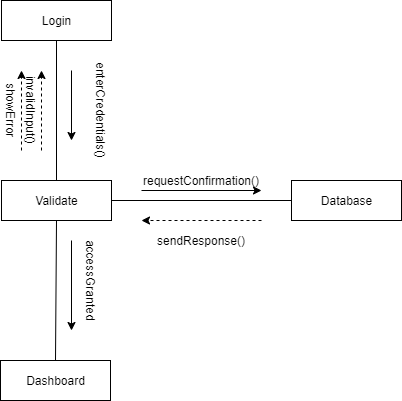
The draw.io diagram Diagrams/Collaboration Diagrams/COL_01_Login.png in kkasharaj17/SE-project, before a commit. Source tidied: cells renumbered, new cells last; positions are measured from the earlier drawing's top-left corner, leaving out a move shared by most shapes. Source of this version:
```xml
<mxGraphModel>
  <root>
    <mxCell id="0" />
    <mxCell id="1" parent="0" />
    <mxCell id="2" value="Login" style="html=1;" parent="1" vertex="1">
      <mxGeometry x="10" width="110" height="40" as="geometry" />
    </mxCell>
    <mxCell id="3" value="Validate" style="html=1;" parent="1" vertex="1">
      <mxGeometry x="10" y="180" width="110" height="40" as="geometry" />
    </mxCell>
    <mxCell id="4" value="Dashboard" style="html=1;" parent="1" vertex="1">
      <mxGeometry x="9" y="360" width="110" height="40" as="geometry" />
    </mxCell>
    <mxCell id="5" value="Database" style="html=1;" parent="1" vertex="1">
      <mxGeometry x="300" y="180" width="110" height="40" as="geometry" />
    </mxCell>
    <mxCell id="6" style="endArrow=none;html=1;entryX=0.5;entryY=1;entryDx=0;entryDy=0;exitX=0.5;exitY=0;exitDx=0;exitDy=0;" parent="1" edge="1" source="3" target="2">
      <mxGeometry relative="1" as="geometry" />
    </mxCell>
    <mxCell id="7" style="endArrow=none;html=1;entryX=0.5;entryY=1;entryDx=0;entryDy=0;exitX=0.5;exitY=0;exitDx=0;exitDy=0;" parent="1" edge="1" source="4" target="3">
      <mxGeometry relative="1" as="geometry" />
    </mxCell>
    <mxCell id="8" style="endArrow=none;html=1;entryX=0;entryY=0.5;entryDx=0;entryDy=0;exitX=1;exitY=0.5;exitDx=0;exitDy=0;" parent="1" edge="1" source="3" target="5">
      <mxGeometry relative="1" as="geometry" />
    </mxCell>
    <mxCell id="9" style="endArrow=classic;html=1;" parent="1" edge="1">
      <mxGeometry relative="1" as="geometry">
        <mxPoint x="80" y="70" as="sourcePoint" />
        <mxPoint x="80" y="140" as="targetPoint" />
      </mxGeometry>
    </mxCell>
    <mxCell id="10" style="endArrow=classic;html=1;" parent="1" edge="1">
      <mxGeometry relative="1" as="geometry">
        <mxPoint x="80" y="240" as="sourcePoint" />
        <mxPoint x="80" y="330" as="targetPoint" />
      </mxGeometry>
    </mxCell>
    <mxCell id="11" style="endArrow=classic;html=1;" parent="1" edge="1">
      <mxGeometry relative="1" as="geometry">
        <mxPoint x="150" y="190" as="sourcePoint" />
        <mxPoint x="270" y="190" as="targetPoint" />
      </mxGeometry>
    </mxCell>
    <mxCell id="12" value="enterCredentials()" style="text;html=1;strokeColor=none;fillColor=none;align=center;verticalAlign=middle;whiteSpace=wrap;rounded=0;rotation=90;" parent="1" vertex="1">
      <mxGeometry x="90" y="100" width="40" height="20" as="geometry" />
    </mxCell>
    <mxCell id="13" value="requestConfirmation()" style="text;html=1;strokeColor=none;fillColor=none;align=center;verticalAlign=middle;whiteSpace=wrap;rounded=0;" parent="1" vertex="1">
      <mxGeometry x="190" y="170" width="40" height="20" as="geometry" />
    </mxCell>
    <mxCell id="14" style="endArrow=classic;html=1;dashed=1;" parent="1" edge="1">
      <mxGeometry relative="1" as="geometry">
        <mxPoint x="270" y="220" as="sourcePoint" />
        <mxPoint x="150" y="220" as="targetPoint" />
      </mxGeometry>
    </mxCell>
    <mxCell id="15" value="sendResponse()" style="text;html=1;strokeColor=none;fillColor=none;align=center;verticalAlign=middle;whiteSpace=wrap;rounded=0;" parent="1" vertex="1">
      <mxGeometry x="190" y="230" width="40" height="20" as="geometry" />
    </mxCell>
    <mxCell id="16" value="accessGranted" style="text;html=1;strokeColor=none;fillColor=none;align=center;verticalAlign=middle;whiteSpace=wrap;rounded=0;rotation=90;" parent="1" vertex="1">
      <mxGeometry x="80" y="270" width="40" height="20" as="geometry" />
    </mxCell>
    <mxCell id="17" style="endArrow=classic;html=1;dashed=1;" parent="1" edge="1">
      <mxGeometry relative="1" as="geometry">
        <mxPoint x="50" y="150" as="sourcePoint" />
        <mxPoint x="50" y="70" as="targetPoint" />
      </mxGeometry>
    </mxCell>
    <mxCell id="18" value="invalidInput()" style="text;html=1;strokeColor=none;fillColor=none;align=center;verticalAlign=middle;whiteSpace=wrap;rounded=0;rotation=90;" parent="1" vertex="1">
      <mxGeometry x="20" y="100" width="40" height="20" as="geometry" />
    </mxCell>
    <mxCell id="19" value="showError" style="text;html=1;strokeColor=none;fillColor=none;align=center;verticalAlign=middle;whiteSpace=wrap;rounded=0;rotation=90;" parent="1" vertex="1">
      <mxGeometry y="100" width="40" height="20" as="geometry" />
    </mxCell>
    <mxCell id="20" style="endArrow=classic;html=1;dashed=1;" parent="1" edge="1">
      <mxGeometry relative="1" as="geometry">
        <mxPoint x="30" y="150" as="sourcePoint" />
        <mxPoint x="30" y="70" as="targetPoint" />
      </mxGeometry>
    </mxCell>
  </root>
</mxGraphModel>
```
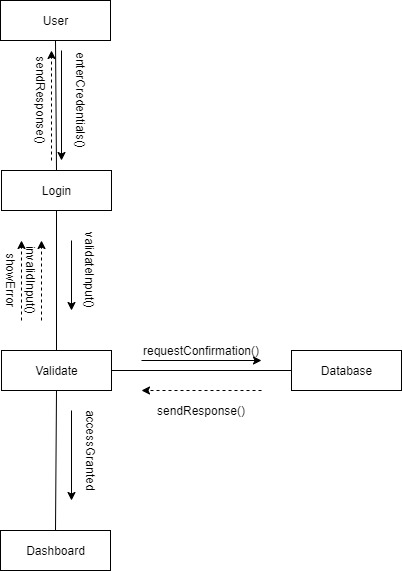
Above is the later version.

Change to the diagram source:
```diff
@@ -42,7 +42,7 @@
       </mxGeometry>
     </mxCell>
     <mxCell id="12" value="enterCredentials()" style="text;html=1;strokeColor=none;fillColor=none;align=center;verticalAlign=middle;whiteSpace=wrap;rounded=0;rotation=90;" parent="1" vertex="1">
-      <mxGeometry x="90" y="100" width="40" height="20" as="geometry" />
+      <mxGeometry x="70" y="-80" width="40" height="20" as="geometry" />
     </mxCell>
     <mxCell id="13" value="requestConfirmation()" style="text;html=1;strokeColor=none;fillColor=none;align=center;verticalAlign=middle;whiteSpace=wrap;rounded=0;" parent="1" vertex="1">
       <mxGeometry x="190" y="170" width="40" height="20" as="geometry" />
@@ -77,5 +77,29 @@
         <mxPoint x="30" y="70" as="targetPoint" />
       </mxGeometry>
     </mxCell>
+    <mxCell id="21" value="User" style="html=1;" parent="1" vertex="1">
+      <mxGeometry x="9" y="-170" width="110" height="40" as="geometry" />
+    </mxCell>
+    <mxCell id="22" style="endArrow=none;html=1;entryX=0.5;entryY=1;entryDx=0;entryDy=0;exitX=0.5;exitY=0;exitDx=0;exitDy=0;" parent="1" edge="1" source="2" target="21">
+      <mxGeometry relative="1" as="geometry" />
+    </mxCell>
+    <mxCell id="23" style="endArrow=classic;html=1;" parent="1" edge="1">
+      <mxGeometry relative="1" as="geometry">
+        <mxPoint x="70" y="-120" as="sourcePoint" />
+        <mxPoint x="70" y="-10" as="targetPoint" />
+      </mxGeometry>
+    </mxCell>
+    <mxCell id="24" style="endArrow=classic;html=1;dashed=1;" parent="1" edge="1">
+      <mxGeometry relative="1" as="geometry">
+        <mxPoint x="60" y="-10" as="sourcePoint" />
+        <mxPoint x="60" y="-120" as="targetPoint" />
+      </mxGeometry>
+    </mxCell>
+    <mxCell id="25" value="validateInput()" style="text;html=1;strokeColor=none;fillColor=none;align=center;verticalAlign=middle;whiteSpace=wrap;rounded=0;rotation=90;" parent="1" vertex="1">
+      <mxGeometry x="79" y="90" width="40" height="20" as="geometry" />
+    </mxCell>
+    <mxCell id="26" value="sendResponse()" style="text;html=1;strokeColor=none;fillColor=none;align=center;verticalAlign=middle;whiteSpace=wrap;rounded=0;rotation=90;" parent="1" vertex="1">
+      <mxGeometry x="30" y="-80" width="40" height="20" as="geometry" />
+    </mxCell>
   </root>
 </mxGraphModel>
```
